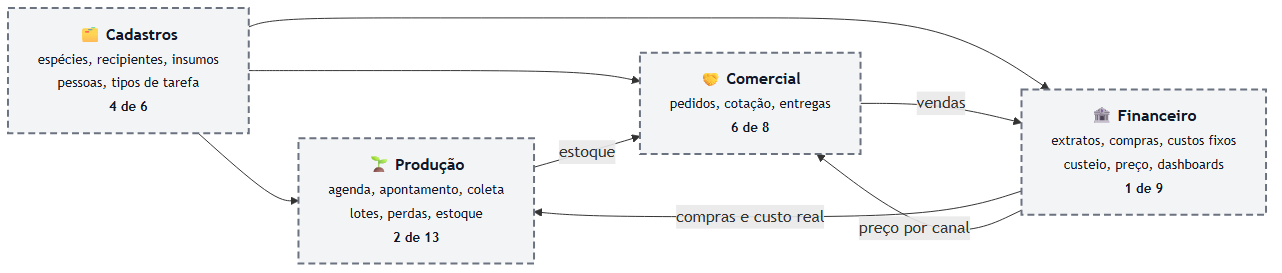
Above: docs/rotinas/img/mapa-4-areas.png in JoaoMudar/mudar (Mermaid), before the change. Its source is kept beside it as docs/rotinas/img/mapa-4-areas.mmd.
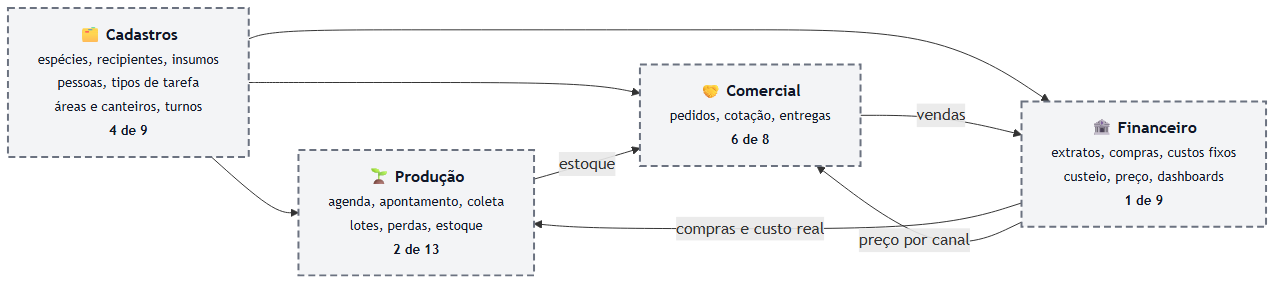
After the change.

Change to the diagram source:
```diff
@@ -1,5 +1,5 @@
 flowchart LR
-  C["🗂️ <b>Cadastros</b><br/><small>espécies, recipientes, insumos<br/>pessoas, tipos de tarefa<br/><b>4 de 6</b></small>"]
+  C["🗂️ <b>Cadastros</b><br/><small>espécies, recipientes, insumos<br/>pessoas, tipos de tarefa<br/>áreas e canteiros, turnos<br/><b>4 de 9</b></small>"]
   R["🌱 <b>Produção</b><br/><small>agenda, apontamento, coleta<br/>lotes, perdas, estoque<br/><b>2 de 13</b></small>"]
   P["🤝 <b>Comercial</b><br/><small>pedidos, cotação, entregas<br/><b>6 de 8</b></small>"]
   F["🏦 <b>Financeiro</b><br/><small>extratos, compras, custos fixos<br/>custeio, preço, dashboards<br/><b>1 de 9</b></small>"]
```
